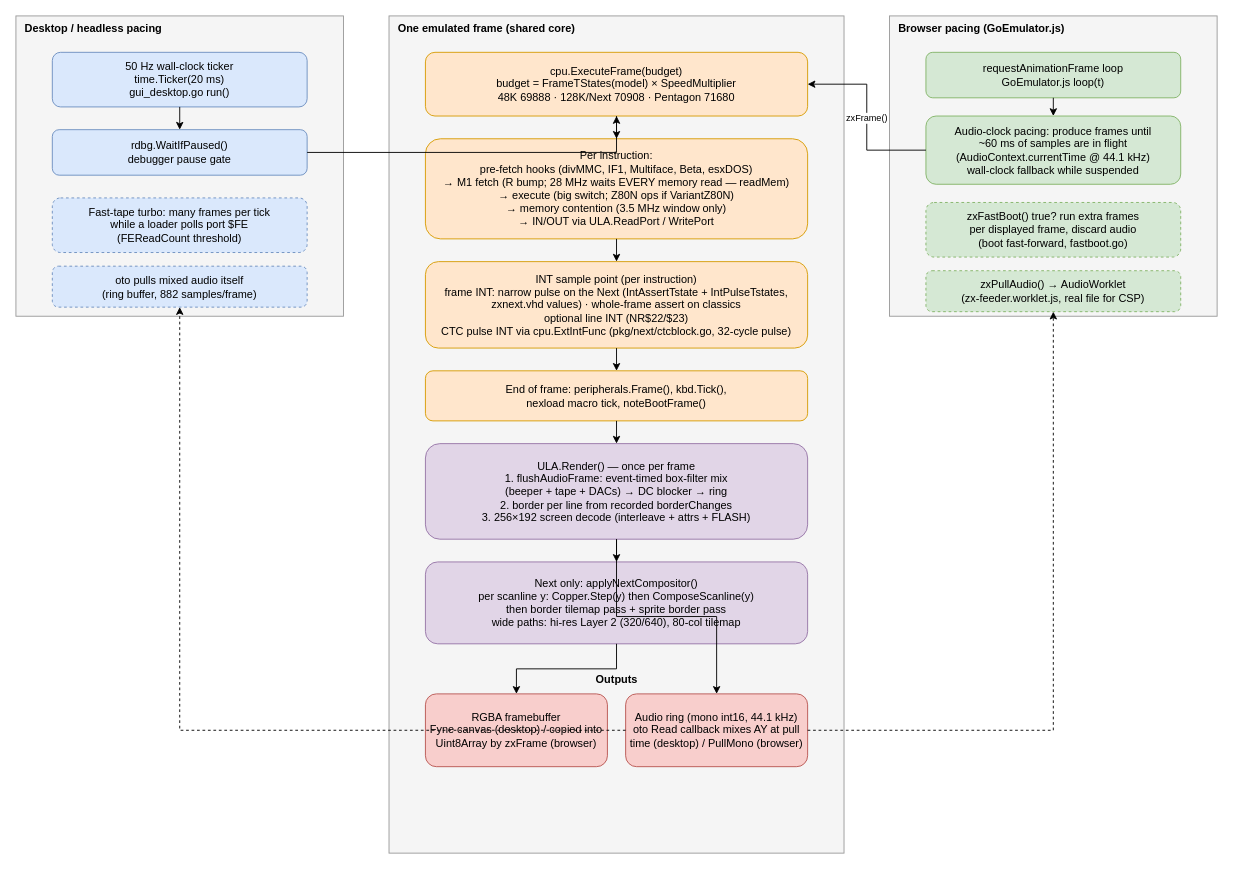
This is packages/emulator-core/zx_go/docs/architecture/diagrams/frame-loop.drawio from stever/zxcode, a draw.io file, before an edit. Source tidied: cells renumbered, new cells numbered last; positions are measured from the earlier drawing's top-left corner, leaving out a move shared by most shapes. Both pictures are drawn from the tidied source at 91%, with x=0, y=0 at pixel (15, 15).
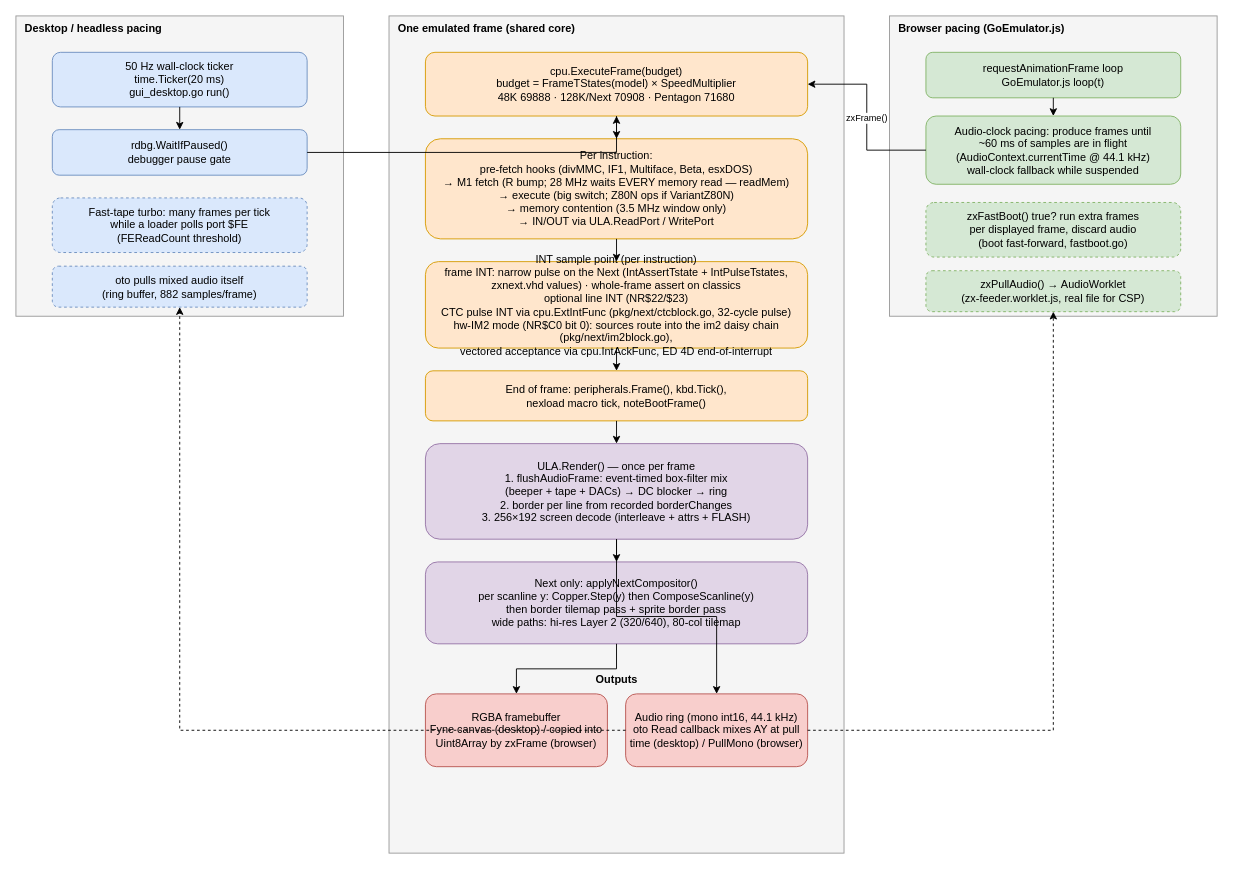
The same page after the edit.

Diff of the diagram source:
```diff
@@
-    <mxCell id="15" value="INT sample point (per instruction)&#10;frame INT: narrow pulse on the Next (IntAssertTstate + IntPulseTstates,&#10;zxnext.vhd values) · whole-frame assert on classics&#10;optional line INT (NR$22/$23)&#10;CTC pulse INT via cpu.ExtIntFunc (pkg/next/ctcblock.go, 32-cycle pulse)" style="rounded=1;whiteSpace=wrap;html=1;fillColor=#ffe6cc;strokeColor=#d79b00;" parent="1" vertex="1">
+    <mxCell id="15" value="INT sample point (per instruction)&#10;frame INT: narrow pulse on the Next (IntAssertTstate + IntPulseTstates,&#10;zxnext.vhd values) · whole-frame assert on classics&#10;optional line INT (NR$22/$23)&#10;CTC pulse INT via cpu.ExtIntFunc (pkg/next/ctcblock.go, 32-cycle pulse)&#10;hw-IM2 mode (NR$C0 bit 0): sources route into the im2 daisy chain (pkg/next/im2block.go),&#10;vectored acceptance via cpu.IntAckFunc, ED 4D end-of-interrupt" style="rounded=1;whiteSpace=wrap;html=1;fillColor=#ffe6cc;strokeColor=#d79b00;" parent="1" vertex="1">
       <mxGeometry x="450" y="270" width="420" height="95" as="geometry" />
     </mxCell>
```
